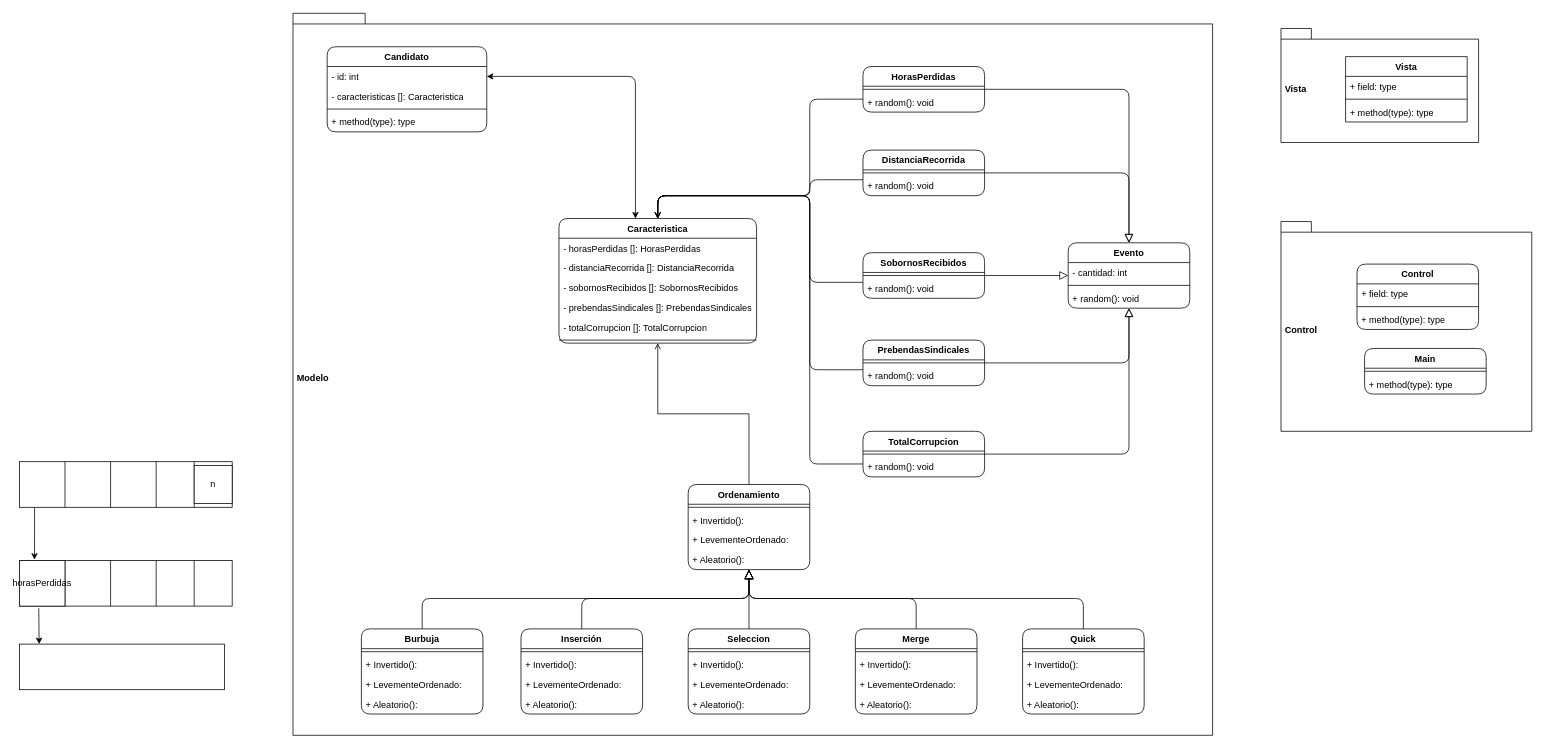
This is Ciencias - GestionCandidatos.drawio from steven010705/GestionCandidatos, a draw.io file, before an edit. Source tidied: cells renumbered, new cells numbered last; positions are measured from the earlier drawing's top-left corner, leaving out a move shared by most shapes. Both pictures are drawn from the tidied source at 76%, with x=0, y=0 at pixel (19, 13).
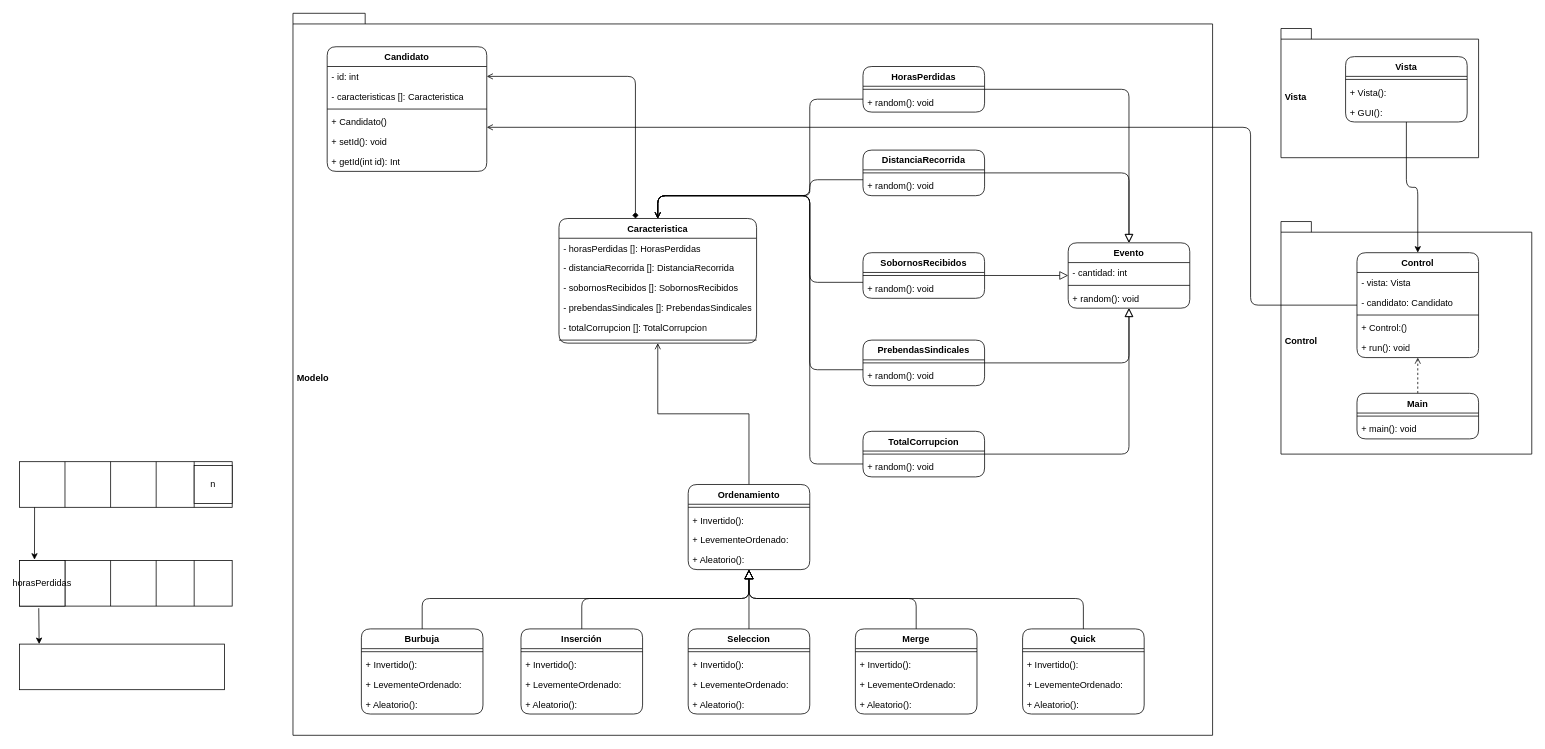
The same page after the edit.

Unchanged cells that the change refers to:
```xml
<mxCell id="6" value="- id: int" style="text;strokeColor=none;fillColor=none;align=left;verticalAlign=top;spacingLeft=4;spacingRight=4;overflow=hidden;points=[[0,0.5],[1,0.5]];portConstraint=eastwest;whiteSpace=wrap;html=1;" parent="5" vertex="1">
  <mxGeometry y="26" width="210" height="26" as="geometry" />
</mxCell>
<mxCell id="15" value="Caracteristica" style="swimlane;fontStyle=1;align=center;verticalAlign=top;horizontal=1;startSize=26;whiteSpace=wrap;html=1;rounded=1;" parent="1" vertex="1">
  <mxGeometry x="710" y="270" width="260" height="164" as="geometry" />
</mxCell>
```

Change to the diagram source:
```diff
@@
     <mxCell id="2" value="&amp;nbsp;Vista" style="shape=folder;fontStyle=1;spacingTop=10;tabWidth=40;tabHeight=14;tabPosition=left;html=1;whiteSpace=wrap;align=left;" parent="1" vertex="1">
-      <mxGeometry x="1660" y="20" width="260" height="150" as="geometry" />
+      <mxGeometry x="1660" y="20" width="260" height="170" as="geometry" />
     </mxCell>
     <mxCell id="3" value="&amp;nbsp;Control" style="shape=folder;fontStyle=1;spacingTop=10;tabWidth=40;tabHeight=14;tabPosition=left;html=1;whiteSpace=wrap;align=left;" parent="1" vertex="1">
-      <mxGeometry x="1660" y="274" width="330" height="276" as="geometry" />
+      <mxGeometry x="1660" y="274" width="330" height="306" as="geometry" />
     </mxCell>
@@
     <mxCell id="5" value="Candidato" style="swimlane;fontStyle=1;align=center;verticalAlign=top;horizontal=1;startSize=26;whiteSpace=wrap;html=1;rounded=1;" parent="1" vertex="1">
-      <mxGeometry x="405" y="44" width="210" height="112" as="geometry" />
+      <mxGeometry x="405" y="44" width="210" height="164" as="geometry" />
     </mxCell>
@@
-    <mxCell id="9" value="+ method(type): type" style="text;strokeColor=none;fillColor=none;align=left;verticalAlign=top;spacingLeft=4;spacingRight=4;overflow=hidden;whiteSpace=wrap;html=1;" parent="5" vertex="1">
+    <mxCell id="9" value="+ Candidato()" style="text;strokeColor=none;fillColor=none;align=left;verticalAlign=top;spacingLeft=4;spacingRight=4;overflow=hidden;whiteSpace=wrap;html=1;" parent="5" vertex="1">
       <mxGeometry y="86" width="210" height="26" as="geometry" />
     </mxCell>
+    <mxCell id="109" value="+ setId(): void" style="text;strokeColor=none;fillColor=none;align=left;verticalAlign=top;spacingLeft=4;spacingRight=4;overflow=hidden;whiteSpace=wrap;html=1;" parent="5" vertex="1">
+      <mxGeometry y="112" width="210" height="26" as="geometry" />
+    </mxCell>
+    <mxCell id="110" value="+ getId(int id): Int" style="text;strokeColor=none;fillColor=none;align=left;verticalAlign=top;spacingLeft=4;spacingRight=4;overflow=hidden;whiteSpace=wrap;html=1;" parent="5" vertex="1">
+      <mxGeometry y="138" width="210" height="26" as="geometry" />
+    </mxCell>
@@
-    <mxCell id="57" style="edgeStyle=orthogonalEdgeStyle;jettySize=auto;html=1;entryX=0.387;entryY=0;entryDx=0;entryDy=0;endArrow=classic;endFill=1;startArrow=classic;startFill=1;entryPerimeter=0;" parent="1" edge="1" source="6" target="15">
+    <mxCell id="57" style="edgeStyle=orthogonalEdgeStyle;jettySize=auto;html=1;entryX=0.387;entryY=0;entryDx=0;entryDy=0;endArrow=diamond;endFill=1;startArrow=open;startFill=0;entryPerimeter=0;" parent="1" edge="1" source="6" target="15">
       <mxGeometry relative="1" as="geometry" />
     </mxCell>
     <mxCell id="58" value="Control" style="swimlane;fontStyle=1;align=center;verticalAlign=top;horizontal=1;startSize=26;whiteSpace=wrap;html=1;rounded=1;" parent="1" vertex="1">
-      <mxGeometry x="1760" y="330" width="160" height="86" as="geometry" />
+      <mxGeometry x="1760" y="315" width="160" height="138" as="geometry" />
     </mxCell>
-    <mxCell id="59" value="+ field: type" style="text;strokeColor=none;fillColor=none;align=left;verticalAlign=top;spacingLeft=4;spacingRight=4;overflow=hidden;whiteSpace=wrap;html=1;" parent="58" vertex="1">
+    <mxCell id="59" value="- vista: Vista" style="text;strokeColor=none;fillColor=none;align=left;verticalAlign=top;spacingLeft=4;spacingRight=4;overflow=hidden;whiteSpace=wrap;html=1;" parent="58" vertex="1">
       <mxGeometry y="26" width="160" height="26" as="geometry" />
     </mxCell>
+    <mxCell id="111" value="- candidato: Candidato" style="text;strokeColor=none;fillColor=none;align=left;verticalAlign=top;spacingLeft=4;spacingRight=4;overflow=hidden;whiteSpace=wrap;html=1;" parent="58" vertex="1">
+      <mxGeometry y="52" width="160" height="26" as="geometry" />
+    </mxCell>
     <mxCell id="60" style="line;strokeWidth=1;fillColor=none;align=left;verticalAlign=middle;spacingTop=-1;spacingLeft=3;spacingRight=3;labelPosition=right;strokeColor=inherit;" parent="58" vertex="1">
-      <mxGeometry y="52" width="160" height="8" as="geometry" />
+      <mxGeometry y="78" width="160" height="8" as="geometry" />
     </mxCell>
-    <mxCell id="61" value="+ method(type): type" style="text;strokeColor=none;fillColor=none;align=left;verticalAlign=top;spacingLeft=4;spacingRight=4;overflow=hidden;whiteSpace=wrap;html=1;" parent="58" vertex="1">
-      <mxGeometry y="60" width="160" height="26" as="geometry" />
+    <mxCell id="61" value="+ Control:()" style="text;strokeColor=none;fillColor=none;align=left;verticalAlign=top;spacingLeft=4;spacingRight=4;overflow=hidden;whiteSpace=wrap;html=1;" parent="58" vertex="1">
+      <mxGeometry y="86" width="160" height="26" as="geometry" />
     </mxCell>
+    <mxCell id="112" value="+ run(): void" style="text;strokeColor=none;fillColor=none;align=left;verticalAlign=top;spacingLeft=4;spacingRight=4;overflow=hidden;whiteSpace=wrap;html=1;" parent="58" vertex="1">
+      <mxGeometry y="112" width="160" height="26" as="geometry" />
+    </mxCell>
+    <mxCell id="113" style="edgeStyle=orthogonalEdgeStyle;rounded=1;jettySize=auto;html=1;curved=0;" parent="1" edge="1" source="62" target="58">
+      <mxGeometry relative="1" as="geometry" />
+    </mxCell>
-    <mxCell id="62" value="Vista" style="swimlane;fontStyle=1;align=center;verticalAlign=top;horizontal=1;startSize=26;whiteSpace=wrap;html=1;" parent="1" vertex="1">
+    <mxCell id="62" value="Vista" style="swimlane;fontStyle=1;align=center;verticalAlign=top;horizontal=1;startSize=26;whiteSpace=wrap;html=1;rounded=1;" parent="1" vertex="1">
       <mxGeometry x="1745" y="57" width="160" height="86" as="geometry" />
     </mxCell>
-    <mxCell id="63" value="+ field: type" style="text;strokeColor=none;fillColor=none;align=left;verticalAlign=top;spacingLeft=4;spacingRight=4;overflow=hidden;whiteSpace=wrap;html=1;" parent="62" vertex="1">
-      <mxGeometry y="26" width="160" height="26" as="geometry" />
-    </mxCell>
     <mxCell id="64" style="line;strokeWidth=1;fillColor=none;align=left;verticalAlign=middle;spacingTop=-1;spacingLeft=3;spacingRight=3;labelPosition=right;strokeColor=inherit;" parent="62" vertex="1">
-      <mxGeometry y="52" width="160" height="8" as="geometry" />
+      <mxGeometry y="26" width="160" height="8" as="geometry" />
     </mxCell>
-    <mxCell id="65" value="+ method(type): type" style="text;strokeColor=none;fillColor=none;align=left;verticalAlign=top;spacingLeft=4;spacingRight=4;overflow=hidden;whiteSpace=wrap;html=1;" parent="62" vertex="1">
-      <mxGeometry y="60" width="160" height="26" as="geometry" />
+    <mxCell id="65" value="+ Vista():" style="text;strokeColor=none;fillColor=none;align=left;verticalAlign=top;spacingLeft=4;spacingRight=4;overflow=hidden;whiteSpace=wrap;html=1;" parent="62" vertex="1">
+      <mxGeometry y="34" width="160" height="26" as="geometry" />
     </mxCell>
+    <mxCell id="114" value="+ GUI():" style="text;strokeColor=none;fillColor=none;align=left;verticalAlign=top;spacingLeft=4;spacingRight=4;overflow=hidden;whiteSpace=wrap;html=1;" parent="62" vertex="1">
+      <mxGeometry y="60" width="160" height="26" as="geometry" />
+    </mxCell>
+    <mxCell id="115" style="edgeStyle=orthogonalEdgeStyle;rounded=0;jettySize=auto;html=1;dashed=1;endArrow=open;endFill=0;" parent="1" edge="1" source="66" target="58">
+      <mxGeometry relative="1" as="geometry" />
+    </mxCell>
     <mxCell id="66" value="Main" style="swimlane;fontStyle=1;align=center;verticalAlign=top;horizontal=1;startSize=26;whiteSpace=wrap;html=1;rounded=1;" parent="1" vertex="1">
-      <mxGeometry x="1770" y="441" width="160" height="60" as="geometry" />
+      <mxGeometry x="1760" y="500" width="160" height="60" as="geometry" />
     </mxCell>
@@
-    <mxCell id="68" value="+ method(type): type" style="text;strokeColor=none;fillColor=none;align=left;verticalAlign=top;spacingLeft=4;spacingRight=4;overflow=hidden;whiteSpace=wrap;html=1;" parent="66" vertex="1">
+    <mxCell id="68" value="+ main(): void" style="text;strokeColor=none;fillColor=none;align=left;verticalAlign=top;spacingLeft=4;spacingRight=4;overflow=hidden;whiteSpace=wrap;html=1;" parent="66" vertex="1">
       <mxGeometry y="34" width="160" height="26" as="geometry" />
     </mxCell>
@@
+    <mxCell id="116" style="edgeStyle=orthogonalEdgeStyle;rounded=1;jettySize=auto;html=1;endArrow=open;endFill=0;curved=0;" parent="1" edge="1" source="58" target="5">
+      <mxGeometry relative="1" as="geometry">
+        <Array as="points">
+          <mxPoint x="1620" y="384" />
+          <mxPoint x="1620" y="150" />
+        </Array>
+      </mxGeometry>
+    </mxCell>
```
